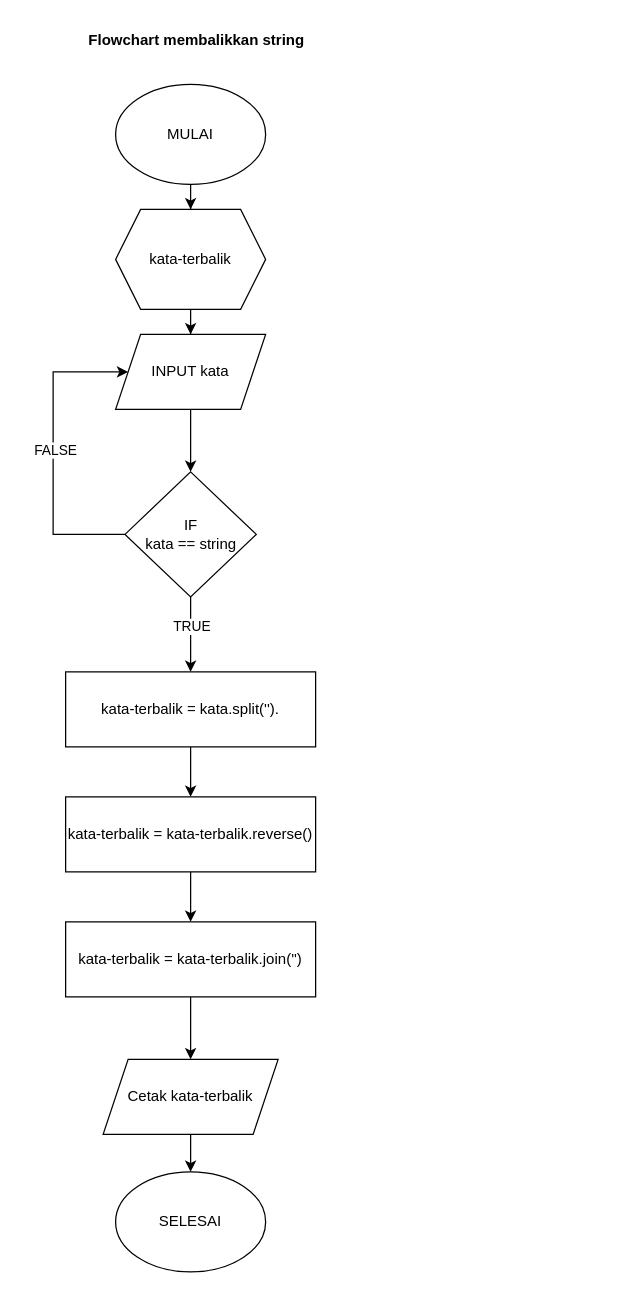
Earlier version of the draw.io diagram page "Page-4" (5 of 5) of week-1/tugas-algoritma.drawio (mufa2906/fazztrack-bca). Source tidied: cells renumbered, new cells numbered last; positions are measured from the earlier drawing's top-left corner, leaving out a move shared by most shapes. Both pictures are drawn from the tidied source at 125%, with x=0, y=0 at pixel (21, 21).
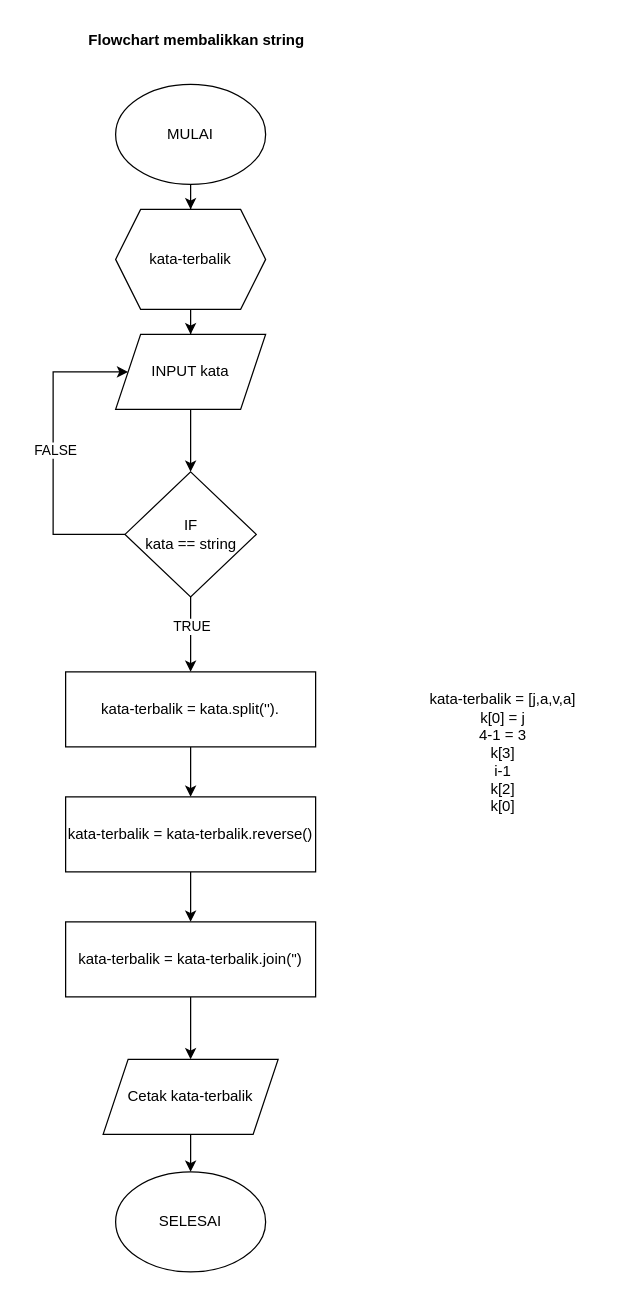
The same page after the edit.

Diff of the diagram source:
```diff
@@
+    <mxCell id="23" value="kata-terbalik = [j,a,v,a]&lt;br&gt;k[0] = j&lt;br&gt;4-1 = 3&lt;br&gt;k[3]&lt;br&gt;i-1&lt;br&gt;k[2]&lt;br&gt;k[0]" style="text;html=1;strokeColor=none;fillColor=none;align=center;verticalAlign=middle;whiteSpace=wrap;rounded=0;" parent="1" vertex="1">
+      <mxGeometry x="305" y="570" width="160" height="30" as="geometry" />
+    </mxCell>
```
